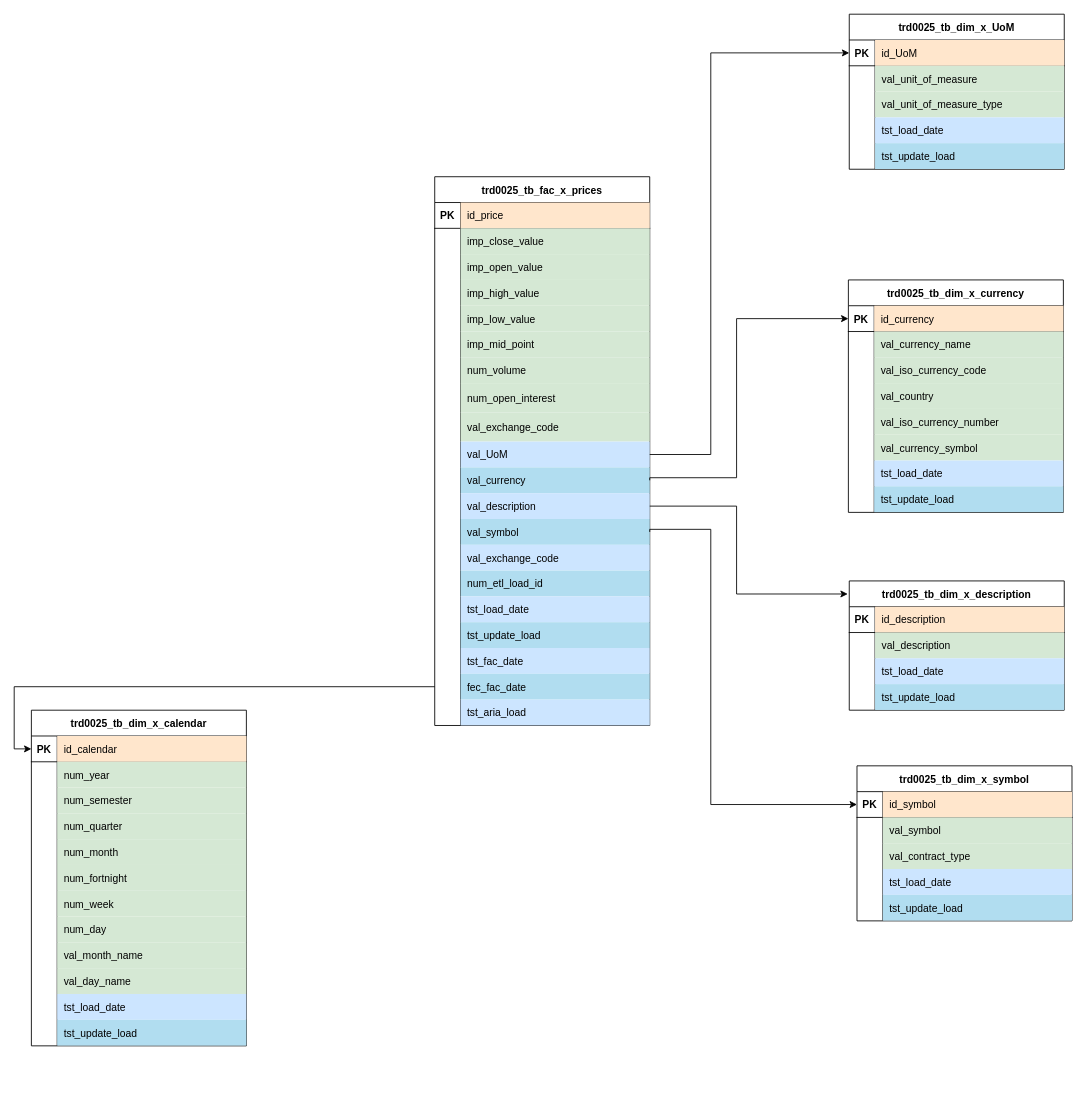
Above: ModeloDatosMiniPoc.drawio in robertoOlmedo/TDDPublic (draw.io), before the change. Source tidied: cells renumbered, new cells numbered last; positions are measured from the earlier drawing's top-left corner, leaving out a move shared by most shapes. Both pictures are drawn from the tidied source at 86%, with x=0, y=0 at pixel (31, 14).
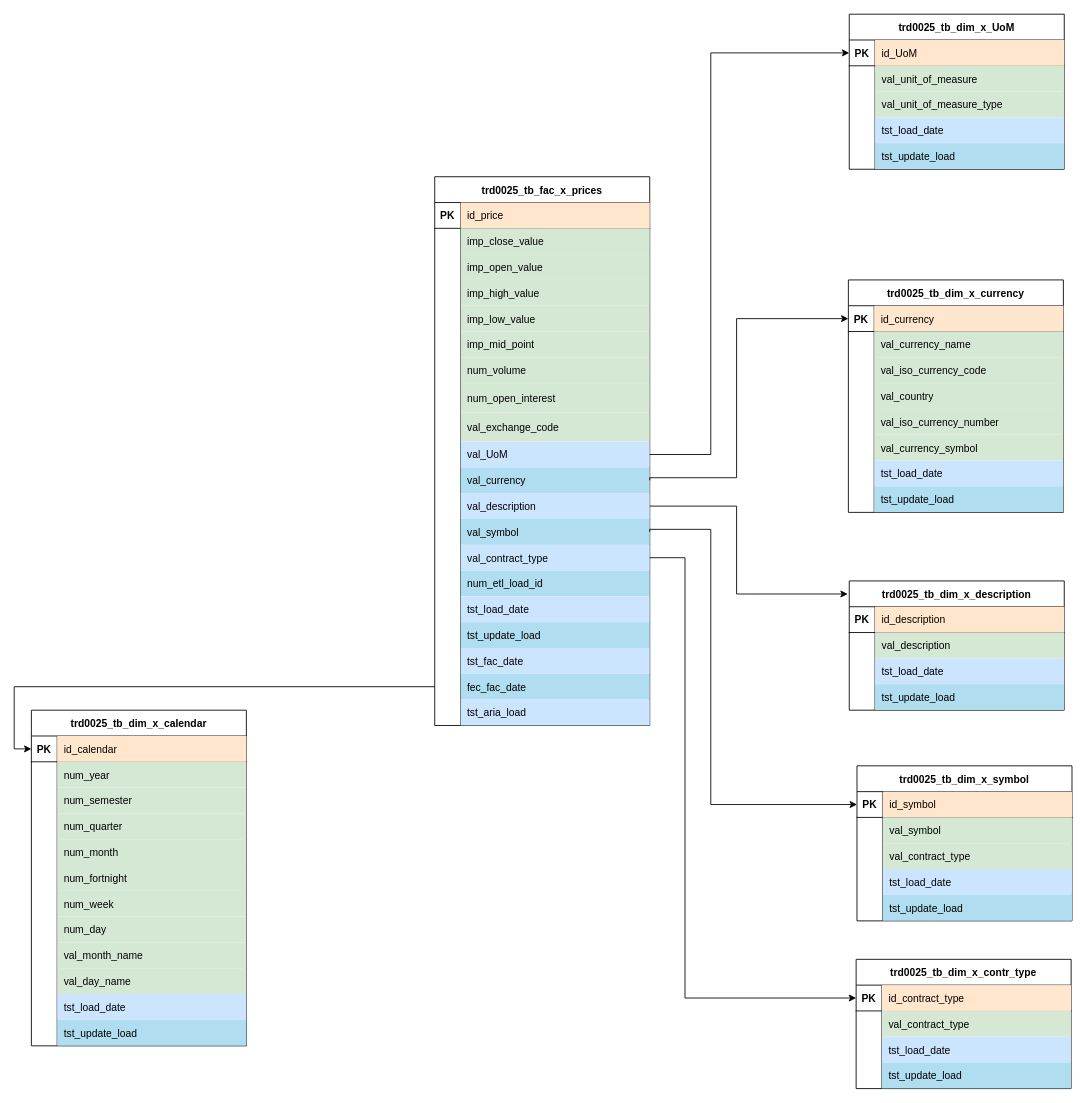
After the change.

Commit message:
Añadido Contract Type como dimensión

Unchanged cells that the change refers to:
```xml
<mxCell id="42" style="shape=partialRectangle;fillColor=none;points=[[0,0.5],[1,0.5]];portConstraint=eastwest;top=0;left=0;right=0;bottom=0;rounded=0;" parent="2" vertex="1">
  <mxGeometry y="428" width="250" height="30" as="geometry" />
</mxCell>
```

Diff of the diagram source:
```diff
@@
-    <mxCell id="44" value="val_exchange_code" style="shape=partialRectangle;overflow=hidden;fillColor=#CCE5FF;top=0;left=0;bottom=0;right=0;align=left;spacingLeft=6;strokeColor=#000000;perimeterSpacing=1;rounded=0;strokeWidth=1;gradientColor=none;" parent="42" vertex="1">
+    <mxCell id="44" value="val_contract_type" style="shape=partialRectangle;overflow=hidden;fillColor=#CCE5FF;top=0;left=0;bottom=0;right=0;align=left;spacingLeft=6;strokeColor=#000000;perimeterSpacing=1;rounded=0;strokeWidth=1;gradientColor=none;" parent="42" vertex="1">
       <mxGeometry x="30" width="220" height="30" as="geometry" />
     </mxCell>
@@
+    <mxCell id="175" value="trd0025_tb_dim_x_contr_type" style="shape=table;startSize=30;childLayout=tableLayout;rowLines=0;fontStyle=1;align=center;strokeColor=#000000;rounded=0;" parent="1" vertex="1">
+      <mxGeometry x="959" y="1099" width="250" height="150.3" as="geometry" />
+    </mxCell>
+    <mxCell id="176" style="shape=partialRectangle;fillColor=none;points=[[0,0.5],[1,0.5]];portConstraint=eastwest;top=0;left=0;right=0;bottom=1;rounded=0;" parent="175" vertex="1">
+      <mxGeometry y="30" width="250" height="30" as="geometry" />
+    </mxCell>
+    <mxCell id="177" value="PK" style="shape=partialRectangle;overflow=hidden;fillColor=none;top=0;left=0;bottom=0;right=0;fontStyle=1;rounded=0;" parent="176" vertex="1">
+      <mxGeometry width="30" height="30" as="geometry" />
+    </mxCell>
+    <mxCell id="178" value="id_contract_type" style="shape=partialRectangle;overflow=hidden;fillColor=#ffe6cc;top=0;left=0;bottom=0;right=0;align=left;spacingLeft=6;fontStyle=0;strokeColor=#d79b00;rounded=0;" parent="176" vertex="1">
+      <mxGeometry x="30" width="220" height="30" as="geometry" />
+    </mxCell>
+    <mxCell id="179" style="shape=partialRectangle;fillColor=none;top=0;left=0;right=0;bottom=0;rounded=0;" parent="175" vertex="1">
+      <mxGeometry y="60" width="250" height="30" as="geometry" />
+    </mxCell>
+    <mxCell id="180" style="shape=partialRectangle;overflow=hidden;fillColor=none;top=0;left=0;bottom=0;right=0;rounded=0;" parent="179" vertex="1">
+      <mxGeometry width="30" height="30" as="geometry" />
+    </mxCell>
+    <mxCell id="181" value="val_contract_type" style="shape=partialRectangle;overflow=hidden;fillColor=#d5e8d4;top=0;left=0;bottom=0;right=0;align=left;spacingLeft=6;strokeColor=#82b366;perimeterSpacing=1;rounded=0;" parent="179" vertex="1">
+      <mxGeometry x="30" width="220" height="30" as="geometry" />
+    </mxCell>
+    <mxCell id="182" style="shape=partialRectangle;fillColor=none;top=0;left=0;right=0;bottom=0;rounded=0;" parent="175" vertex="1">
+      <mxGeometry y="90" width="250" height="30" as="geometry" />
+    </mxCell>
+    <mxCell id="183" style="shape=partialRectangle;overflow=hidden;fillColor=none;top=0;left=0;bottom=0;right=0;rounded=0;" parent="182" vertex="1">
+      <mxGeometry width="30" height="30" as="geometry" />
+    </mxCell>
+    <mxCell id="184" value="tst_load_date" style="shape=partialRectangle;overflow=hidden;fillColor=#cce5ff;top=0;left=0;bottom=0;right=0;align=left;spacingLeft=6;strokeColor=#36393d;perimeterSpacing=1;rounded=0;" parent="182" vertex="1">
+      <mxGeometry x="30" width="220" height="30" as="geometry" />
+    </mxCell>
+    <mxCell id="185" style="shape=partialRectangle;fillColor=none;top=0;left=0;right=0;bottom=0;rounded=0;" parent="175" vertex="1">
+      <mxGeometry y="120" width="250" height="30" as="geometry" />
+    </mxCell>
+    <mxCell id="186" style="shape=partialRectangle;overflow=hidden;fillColor=none;top=0;left=0;bottom=0;right=0;rounded=0;" parent="185" vertex="1">
+      <mxGeometry width="30" height="30" as="geometry" />
+    </mxCell>
+    <mxCell id="187" value="tst_update_load" style="shape=partialRectangle;overflow=hidden;fillColor=#b1ddf0;top=0;left=0;bottom=0;right=0;align=left;spacingLeft=6;strokeColor=#10739e;perimeterSpacing=1;rounded=0;" parent="185" vertex="1">
+      <mxGeometry x="30" width="220" height="30" as="geometry" />
+    </mxCell>
+    <mxCell id="188" style="edgeStyle=orthogonalEdgeStyle;rounded=0;jettySize=auto;html=1;entryX=0;entryY=0.5;entryDx=0;entryDy=0;" parent="1" edge="1" source="42" target="176">
+      <mxGeometry relative="1" as="geometry">
+        <Array as="points">
+          <mxPoint x="760" y="632" />
+          <mxPoint x="760" y="1144" />
+        </Array>
+      </mxGeometry>
+    </mxCell>
```
